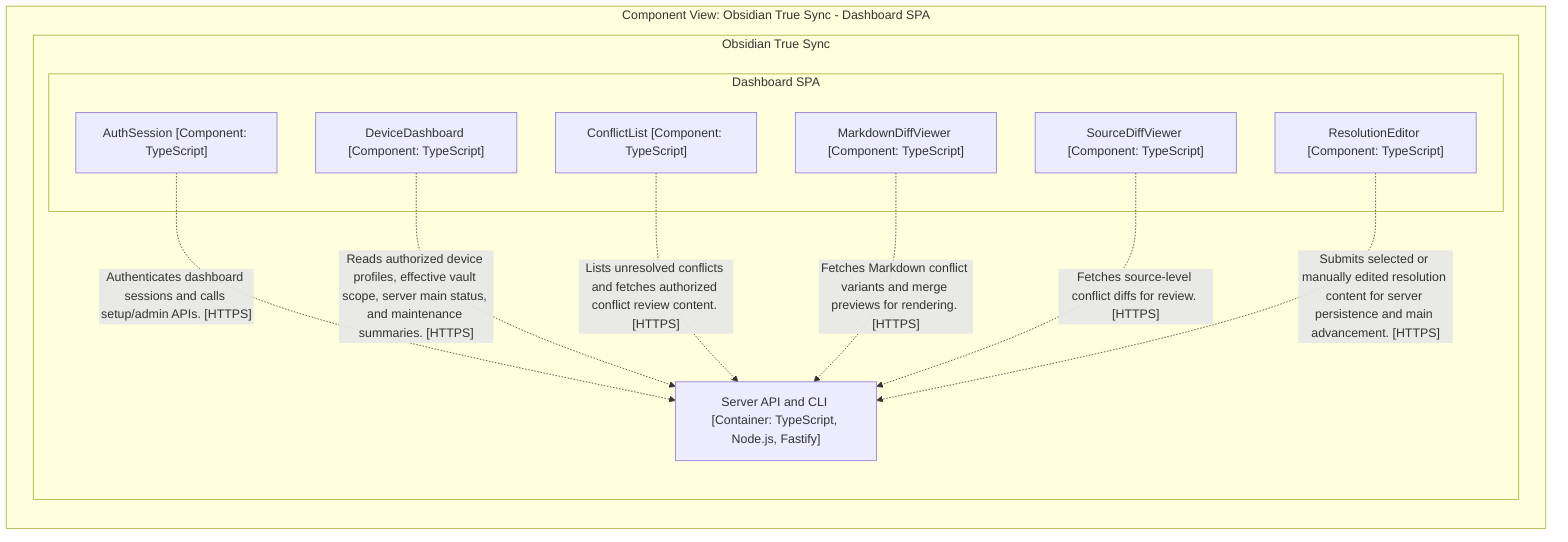
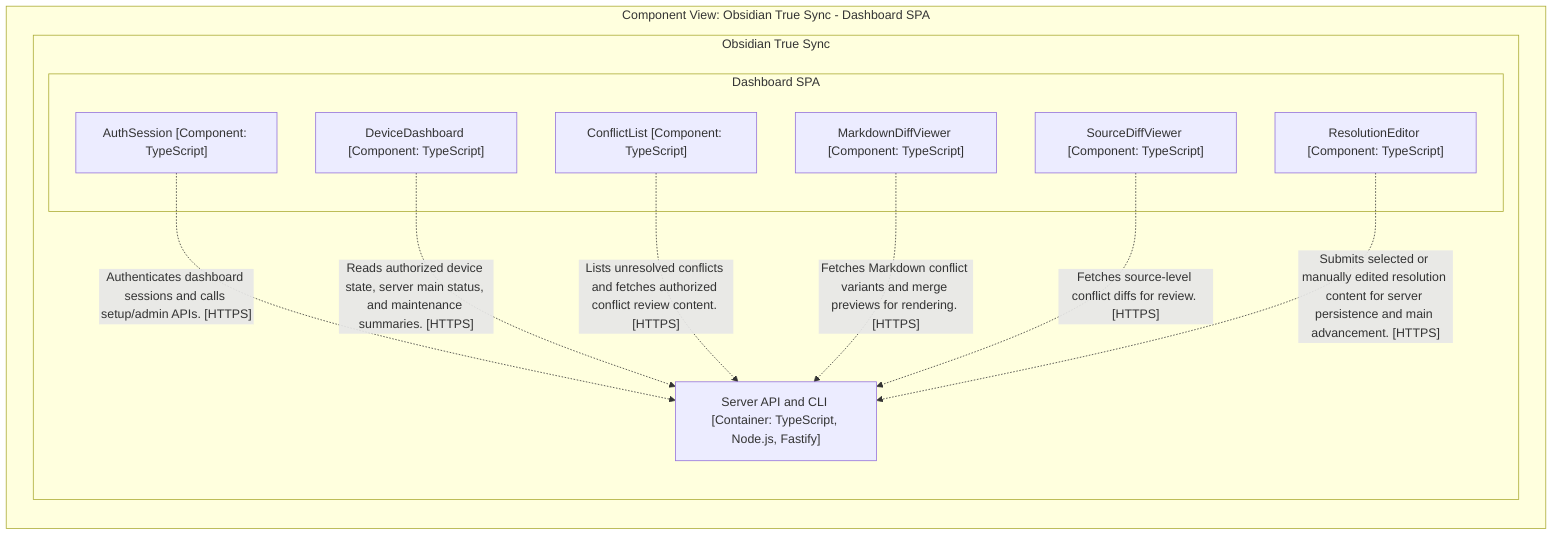
graph LR

  subgraph diagram ["Component View: Obsidian True Sync - Dashboard SPA"]

    subgraph 6 ["Obsidian True Sync"]

-       subgraph 23 ["Dashboard SPA"]
+       subgraph 22 ["Dashboard SPA"]

-         24["AuthSession [Component: TypeScript]"]
-         25["DeviceDashboard [Component: TypeScript]"]
-         26["ConflictList [Component: TypeScript]"]
-         27["MarkdownDiffViewer [Component: TypeScript]"]
-         28["SourceDiffViewer [Component: TypeScript]"]
-         29["ResolutionEditor [Component: TypeScript]"]
+         23["AuthSession [Component: TypeScript]"]
+         24["DeviceDashboard [Component: TypeScript]"]
+         25["ConflictList [Component: TypeScript]"]
+         26["MarkdownDiffViewer [Component: TypeScript]"]
+         27["SourceDiffViewer [Component: TypeScript]"]
+         28["ResolutionEditor [Component: TypeScript]"]
      end

      7["Server API and CLI [Container: TypeScript, Node.js, Fastify]"]
    end

-     24-. "Authenticates dashboard sessions and calls setup/admin APIs. [HTTPS]" .->7
-     25-. "Reads authorized device profiles, effective vault scope, server main status, and maintenance summaries. [HTTPS]" .->7
-     26-. "Lists unresolved conflicts and fetches authorized conflict review content. [HTTPS]" .->7
-     27-. "Fetches Markdown conflict variants and merge previews for rendering. [HTTPS]" .->7
-     28-. "Fetches source-level conflict diffs for review. [HTTPS]" .->7
-     29-. "Submits selected or manually edited resolution content for server persistence and main advancement. [HTTPS]" .->7
+     23-. "Authenticates dashboard sessions and calls setup/admin APIs. [HTTPS]" .->7
+     24-. "Reads authorized device state, server main status, and maintenance summaries. [HTTPS]" .->7
+     25-. "Lists unresolved conflicts and fetches authorized conflict review content. [HTTPS]" .->7
+     26-. "Fetches Markdown conflict variants and merge previews for rendering. [HTTPS]" .->7
+     27-. "Fetches source-level conflict diffs for review. [HTTPS]" .->7
+     28-. "Submits selected or manually edited resolution content for server persistence and main advancement. [HTTPS]" .->7

  end
